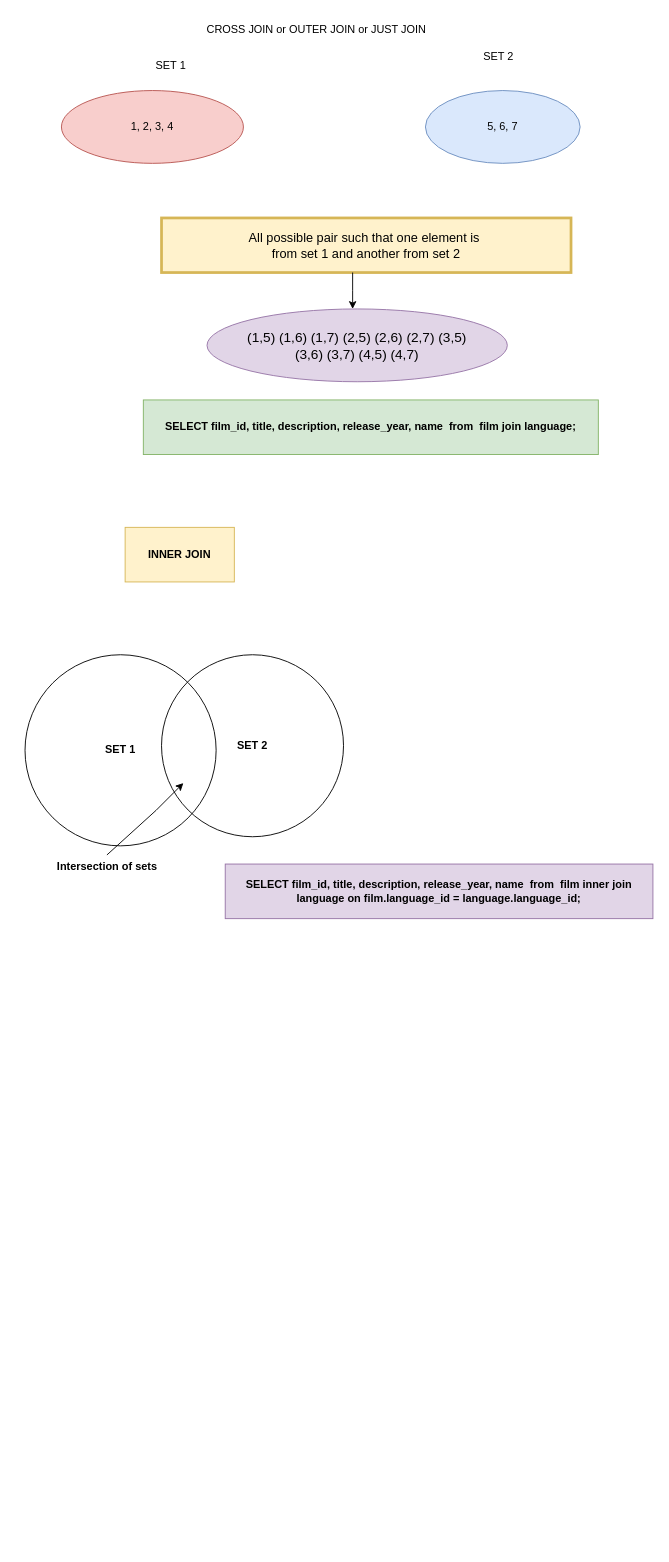
Earlier version of the draw.io diagram Untitled Diagram.drawio (amit-jha99/SQL). Source tidied: cells renumbered, new cells numbered last; positions are measured from the earlier drawing's top-left corner, leaving out a move shared by most shapes. Both pictures are drawn from the tidied source at 91%, with x=0, y=0 at pixel (25, 15).
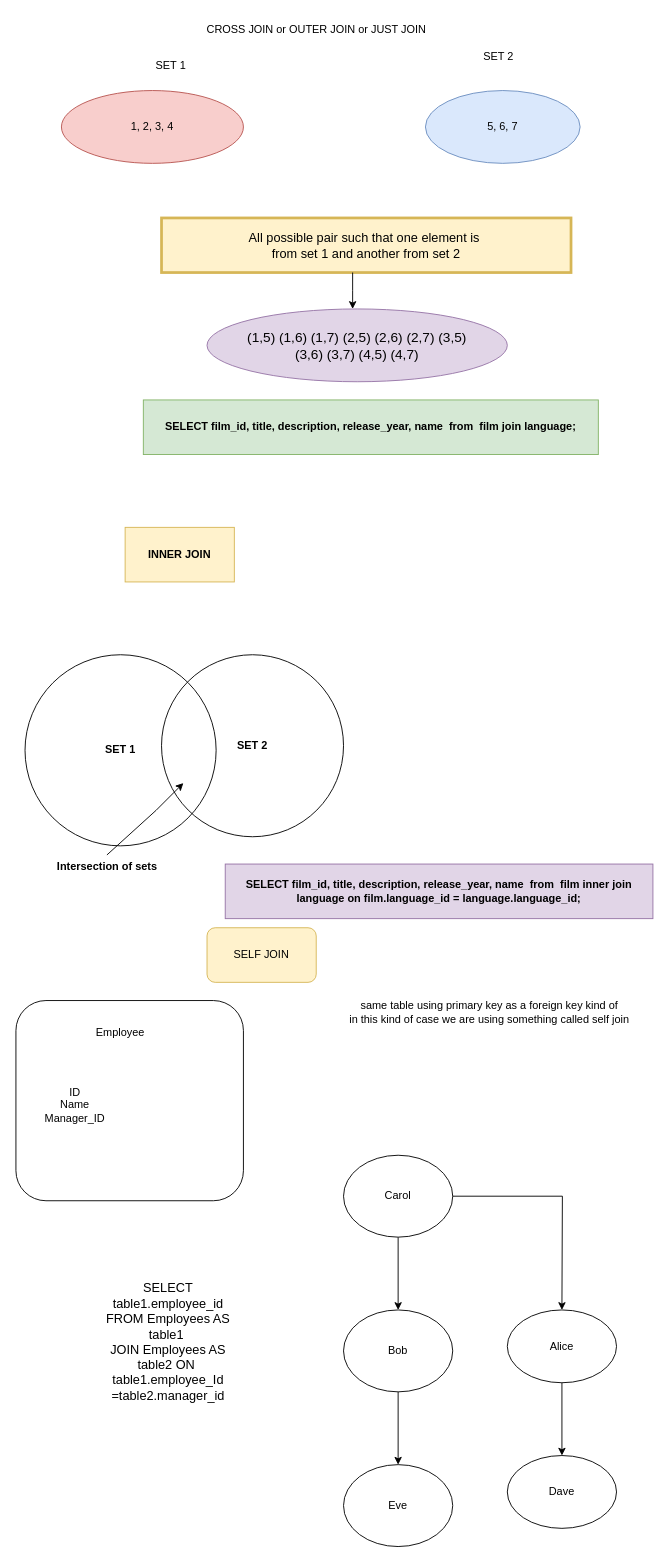
The same page after the edit.

Commit message:
SELF JOIN

What changed in the source:
```diff
@@
+    <mxCell id="17" style="rounded=1;whiteSpace=wrap;html=1;" parent="1" vertex="1">
+      <mxGeometry x="-10" y="1082" width="250" height="220" as="geometry" />
+    </mxCell>
+    <mxCell id="18" value="Employee" style="text;html=1;align=center;verticalAlign=middle;whiteSpace=wrap;rounded=0;" parent="1" vertex="1">
+      <mxGeometry x="75" y="1102" width="60" height="30" as="geometry" />
+    </mxCell>
+    <mxCell id="19" value="ID&lt;div&gt;Name&lt;/div&gt;&lt;div&gt;Manager_ID&lt;/div&gt;" style="text;html=1;align=center;verticalAlign=middle;whiteSpace=wrap;rounded=0;" parent="1" vertex="1">
+      <mxGeometry x="25" y="1182" width="60" height="30" as="geometry" />
+    </mxCell>
+    <mxCell id="20" style="edgeStyle=orthogonalEdgeStyle;rounded=0;jettySize=auto;html=1;" parent="1" edge="1" source="22" target="24">
+      <mxGeometry relative="1" as="geometry" />
+    </mxCell>
+    <mxCell id="21" style="edgeStyle=orthogonalEdgeStyle;rounded=0;jettySize=auto;html=1;exitX=1;exitY=0.5;exitDx=0;exitDy=0;" parent="1" edge="1" source="22">
+      <mxGeometry relative="1" as="geometry">
+        <mxPoint x="590" y="1422" as="targetPoint" />
+      </mxGeometry>
+    </mxCell>
+    <mxCell id="22" value="Carol" style="ellipse;whiteSpace=wrap;html=1;" parent="1" vertex="1">
+      <mxGeometry x="350" y="1252" width="120" height="90" as="geometry" />
+    </mxCell>
+    <mxCell id="23" style="edgeStyle=orthogonalEdgeStyle;rounded=0;jettySize=auto;html=1;" parent="1" edge="1" source="24" target="28">
+      <mxGeometry relative="1" as="geometry" />
+    </mxCell>
+    <mxCell id="24" value="Bob" style="ellipse;whiteSpace=wrap;html=1;" parent="1" vertex="1">
+      <mxGeometry x="350" y="1422" width="120" height="90" as="geometry" />
+    </mxCell>
+    <mxCell id="25" style="edgeStyle=orthogonalEdgeStyle;rounded=0;jettySize=auto;html=1;" parent="1" edge="1" source="26" target="27">
+      <mxGeometry relative="1" as="geometry" />
+    </mxCell>
+    <mxCell id="26" value="Alice" style="ellipse;whiteSpace=wrap;html=1;" parent="1" vertex="1">
+      <mxGeometry x="530" y="1422" width="120" height="80" as="geometry" />
+    </mxCell>
+    <mxCell id="27" value="Dave" style="ellipse;whiteSpace=wrap;html=1;" parent="1" vertex="1">
+      <mxGeometry x="530" y="1582" width="120" height="80" as="geometry" />
+    </mxCell>
+    <mxCell id="28" value="Eve" style="ellipse;whiteSpace=wrap;html=1;" parent="1" vertex="1">
+      <mxGeometry x="350" y="1592" width="120" height="90" as="geometry" />
+    </mxCell>
+    <mxCell id="29" value="same table using primary key as a foreign key kind of&lt;div&gt;in this kind of case we are using something called self join&lt;/div&gt;" style="text;html=1;align=center;verticalAlign=middle;strokeColor=none;fillColor=none;" parent="1" vertex="1">
+      <mxGeometry x="345" y="1075" width="330" height="40" as="geometry" />
+    </mxCell>
+    <mxCell id="30" value="&lt;font style=&quot;font-size: 14px;&quot;&gt;SELECT table1.employee_id&lt;/font&gt;&lt;div style=&quot;font-size: 14px;&quot;&gt;&lt;font style=&quot;font-size: 14px;&quot;&gt;FROM Employees AS table1&amp;nbsp;&lt;/font&gt;&lt;/div&gt;&lt;div style=&quot;font-size: 14px;&quot;&gt;&lt;font style=&quot;font-size: 14px;&quot;&gt;JOIN Employees AS table2 ON&amp;nbsp;&lt;/font&gt;&lt;/div&gt;&lt;div style=&quot;font-size: 14px;&quot;&gt;&lt;font style=&quot;font-size: 14px;&quot;&gt;table1.employee_Id =table2.manager_id&lt;/font&gt;&lt;/div&gt;" style="text;html=1;align=center;verticalAlign=middle;whiteSpace=wrap;rounded=0;" parent="1" vertex="1">
+      <mxGeometry x="75" y="1442" width="165" height="30" as="geometry" />
+    </mxCell>
+    <mxCell id="31" value="SELF JOIN" style="rounded=1;whiteSpace=wrap;html=1;fillColor=#fff2cc;strokeColor=#d6b656;" parent="1" vertex="1">
+      <mxGeometry x="200" y="1002" width="120" height="60" as="geometry" />
+    </mxCell>
```
